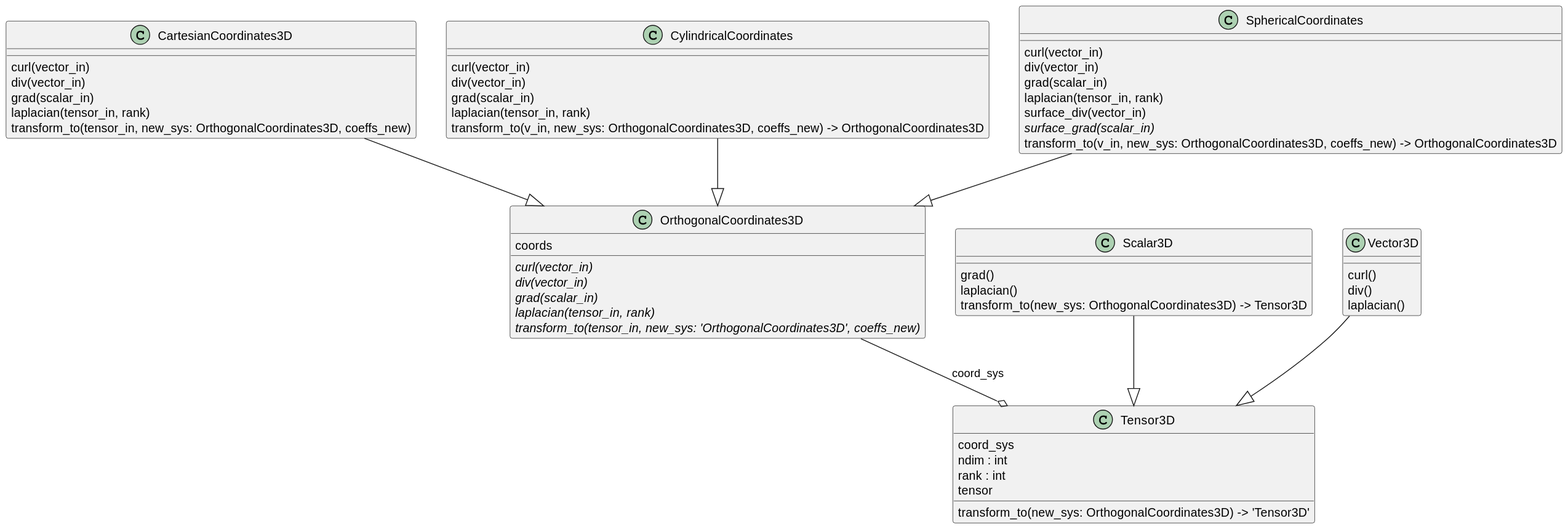
Above: out/docs/classes_vector_calculus/classes_vector_calculus.svg in GentleMin/PlesioGeostroPy (PlantUML), before the change. Its diagram source:
```plantuml
@startuml classes_vector_calculus
set namespaceSeparator none
class "CartesianCoordinates3D" as pg_utils.sympy_supp.vector_calculus_3d.CartesianCoordinates3D {
  curl(vector_in)
  div(vector_in)
  grad(scalar_in)
  laplacian(tensor_in, rank)
  transform_to(tensor_in, new_sys: OrthogonalCoordinates3D, coeffs_new)
}
class "CylindricalCoordinates" as pg_utils.sympy_supp.vector_calculus_3d.CylindricalCoordinates {
  curl(vector_in)
  div(vector_in)
  grad(scalar_in)
  laplacian(tensor_in, rank)
  transform_to(v_in, new_sys: OrthogonalCoordinates3D, coeffs_new) -> OrthogonalCoordinates3D
}
class "OrthogonalCoordinates3D" as pg_utils.sympy_supp.vector_calculus_3d.OrthogonalCoordinates3D {
  coords
  {abstract}curl(vector_in)
  {abstract}div(vector_in)
  {abstract}grad(scalar_in)
  {abstract}laplacian(tensor_in, rank)
  {abstract}transform_to(tensor_in, new_sys: 'OrthogonalCoordinates3D', coeffs_new)
}
class "Scalar3D" as pg_utils.sympy_supp.vector_calculus_3d.Scalar3D {
  grad()
  laplacian()
  transform_to(new_sys: OrthogonalCoordinates3D) -> Tensor3D
}
class "SphericalCoordinates" as pg_utils.sympy_supp.vector_calculus_3d.SphericalCoordinates {
  curl(vector_in)
  div(vector_in)
  grad(scalar_in)
  laplacian(tensor_in, rank)
  surface_div(vector_in)
  {abstract}surface_grad(scalar_in)
  transform_to(v_in, new_sys: OrthogonalCoordinates3D, coeffs_new) -> OrthogonalCoordinates3D
}
class "Tensor3D" as pg_utils.sympy_supp.vector_calculus_3d.Tensor3D {
  coord_sys
  ndim : int
  rank : int
  tensor
  transform_to(new_sys: OrthogonalCoordinates3D) -> 'Tensor3D'
}
class "Vector3D" as pg_utils.sympy_supp.vector_calculus_3d.Vector3D {
  curl()
  div()
  laplacian()
}
pg_utils.sympy_supp.vector_calculus_3d.CartesianCoordinates3D --|> pg_utils.sympy_supp.vector_calculus_3d.OrthogonalCoordinates3D
pg_utils.sympy_supp.vector_calculus_3d.CylindricalCoordinates --|> pg_utils.sympy_supp.vector_calculus_3d.OrthogonalCoordinates3D
pg_utils.sympy_supp.vector_calculus_3d.Scalar3D --|> pg_utils.sympy_supp.vector_calculus_3d.Tensor3D
pg_utils.sympy_supp.vector_calculus_3d.SphericalCoordinates --|> pg_utils.sympy_supp.vector_calculus_3d.OrthogonalCoordinates3D
pg_utils.sympy_supp.vector_calculus_3d.Vector3D --|> pg_utils.sympy_supp.vector_calculus_3d.Tensor3D
pg_utils.sympy_supp.vector_calculus_3d.OrthogonalCoordinates3D --o pg_utils.sympy_supp.vector_calculus_3d.Tensor3D : coord_sys
@enduml
```
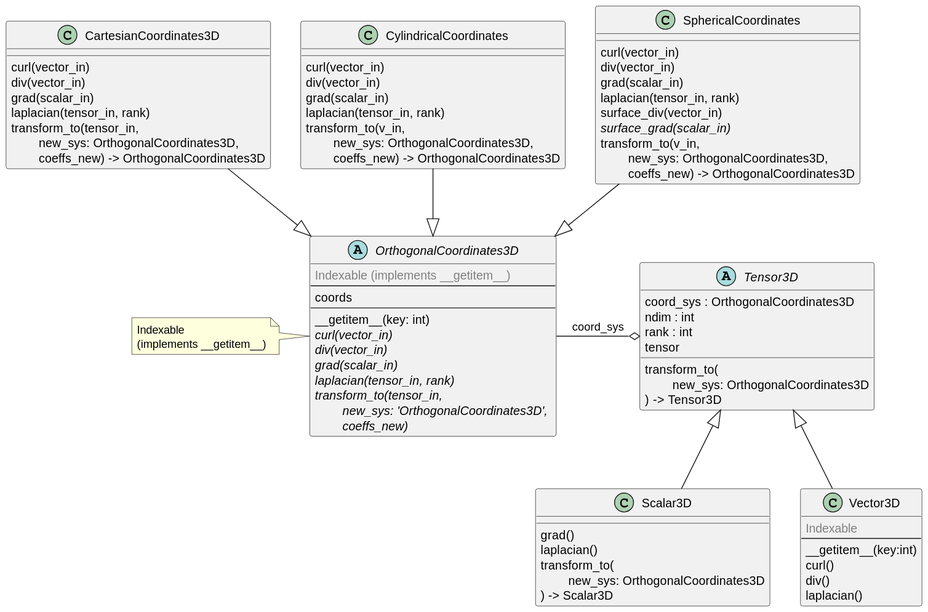
After the commit.

Diff of the diagram source:
```diff
@@ -1,31 +1,20 @@
 @startuml classes_vector_calculus
 set namespaceSeparator none
+!define COMMENT(x) <color:grey>x</color>
+
 class "CartesianCoordinates3D" as pg_utils.sympy_supp.vector_calculus_3d.CartesianCoordinates3D {
   curl(vector_in)
   div(vector_in)
   grad(scalar_in)
   laplacian(tensor_in, rank)
-  transform_to(tensor_in, new_sys: OrthogonalCoordinates3D, coeffs_new)
+  transform_to(tensor_in, \n\tnew_sys: OrthogonalCoordinates3D, \n\tcoeffs_new) -> OrthogonalCoordinates3D
 }
 class "CylindricalCoordinates" as pg_utils.sympy_supp.vector_calculus_3d.CylindricalCoordinates {
   curl(vector_in)
   div(vector_in)
   grad(scalar_in)
   laplacian(tensor_in, rank)
-  transform_to(v_in, new_sys: OrthogonalCoordinates3D, coeffs_new) -> OrthogonalCoordinates3D
-}
-class "OrthogonalCoordinates3D" as pg_utils.sympy_supp.vector_calculus_3d.OrthogonalCoordinates3D {
-  coords
-  {abstract}curl(vector_in)
-  {abstract}div(vector_in)
-  {abstract}grad(scalar_in)
-  {abstract}laplacian(tensor_in, rank)
-  {abstract}transform_to(tensor_in, new_sys: 'OrthogonalCoordinates3D', coeffs_new)
-}
-class "Scalar3D" as pg_utils.sympy_supp.vector_calculus_3d.Scalar3D {
-  grad()
-  laplacian()
-  transform_to(new_sys: OrthogonalCoordinates3D) -> Tensor3D
+  transform_to(v_in, \n\tnew_sys: OrthogonalCoordinates3D, \n\tcoeffs_new) -> OrthogonalCoordinates3D
 }
 class "SphericalCoordinates" as pg_utils.sympy_supp.vector_calculus_3d.SphericalCoordinates {
   curl(vector_in)
@@ -34,24 +23,46 @@
   laplacian(tensor_in, rank)
   surface_div(vector_in)
   {abstract}surface_grad(scalar_in)
-  transform_to(v_in, new_sys: OrthogonalCoordinates3D, coeffs_new) -> OrthogonalCoordinates3D
+  transform_to(v_in, \n\tnew_sys: OrthogonalCoordinates3D, \n\tcoeffs_new) -> OrthogonalCoordinates3D
 }
-class "Tensor3D" as pg_utils.sympy_supp.vector_calculus_3d.Tensor3D {
-  coord_sys
+abstract class "OrthogonalCoordinates3D" as pg_utils.sympy_supp.vector_calculus_3d.OrthogonalCoordinates3D {
+  COMMENT(Indexable (implements __getitem__))
+  --
+  {field}coords
+  --
+  __getitem__(key: int)
+  {abstract}curl(vector_in)
+  {abstract}div(vector_in)
+  {abstract}grad(scalar_in)
+  {abstract}laplacian(tensor_in, rank)
+  {abstract}transform_to(tensor_in, \n\tnew_sys: 'OrthogonalCoordinates3D', \n\tcoeffs_new)
+}
+note left of pg_utils.sympy_supp.vector_calculus_3d.OrthogonalCoordinates3D: Indexable \n(implements ~__getitem__)
+
+class "Scalar3D" as pg_utils.sympy_supp.vector_calculus_3d.Scalar3D {
+  grad()
+  laplacian()
+  transform_to(\n\tnew_sys: OrthogonalCoordinates3D\n) -> Scalar3D
+}
+abstract class "Tensor3D" as pg_utils.sympy_supp.vector_calculus_3d.Tensor3D {
+  coord_sys : OrthogonalCoordinates3D
   ndim : int
   rank : int
   tensor
-  transform_to(new_sys: OrthogonalCoordinates3D) -> 'Tensor3D'
+  transform_to(\n\tnew_sys: OrthogonalCoordinates3D\n) -> Tensor3D
 }
 class "Vector3D" as pg_utils.sympy_supp.vector_calculus_3d.Vector3D {
+  COMMENT(Indexable)
+  --
+  __getitem__(key:int)
   curl()
   div()
   laplacian()
 }
 pg_utils.sympy_supp.vector_calculus_3d.CartesianCoordinates3D --|> pg_utils.sympy_supp.vector_calculus_3d.OrthogonalCoordinates3D
 pg_utils.sympy_supp.vector_calculus_3d.CylindricalCoordinates --|> pg_utils.sympy_supp.vector_calculus_3d.OrthogonalCoordinates3D
-pg_utils.sympy_supp.vector_calculus_3d.Scalar3D --|> pg_utils.sympy_supp.vector_calculus_3d.Tensor3D
+pg_utils.sympy_supp.vector_calculus_3d.Scalar3D -up-|> pg_utils.sympy_supp.vector_calculus_3d.Tensor3D
 pg_utils.sympy_supp.vector_calculus_3d.SphericalCoordinates --|> pg_utils.sympy_supp.vector_calculus_3d.OrthogonalCoordinates3D
-pg_utils.sympy_supp.vector_calculus_3d.Vector3D --|> pg_utils.sympy_supp.vector_calculus_3d.Tensor3D
-pg_utils.sympy_supp.vector_calculus_3d.OrthogonalCoordinates3D --o pg_utils.sympy_supp.vector_calculus_3d.Tensor3D : coord_sys
+pg_utils.sympy_supp.vector_calculus_3d.Vector3D -up-|> pg_utils.sympy_supp.vector_calculus_3d.Tensor3D
+pg_utils.sympy_supp.vector_calculus_3d.OrthogonalCoordinates3D -right-o pg_utils.sympy_supp.vector_calculus_3d.Tensor3D : coord_sys
 @enduml
```
